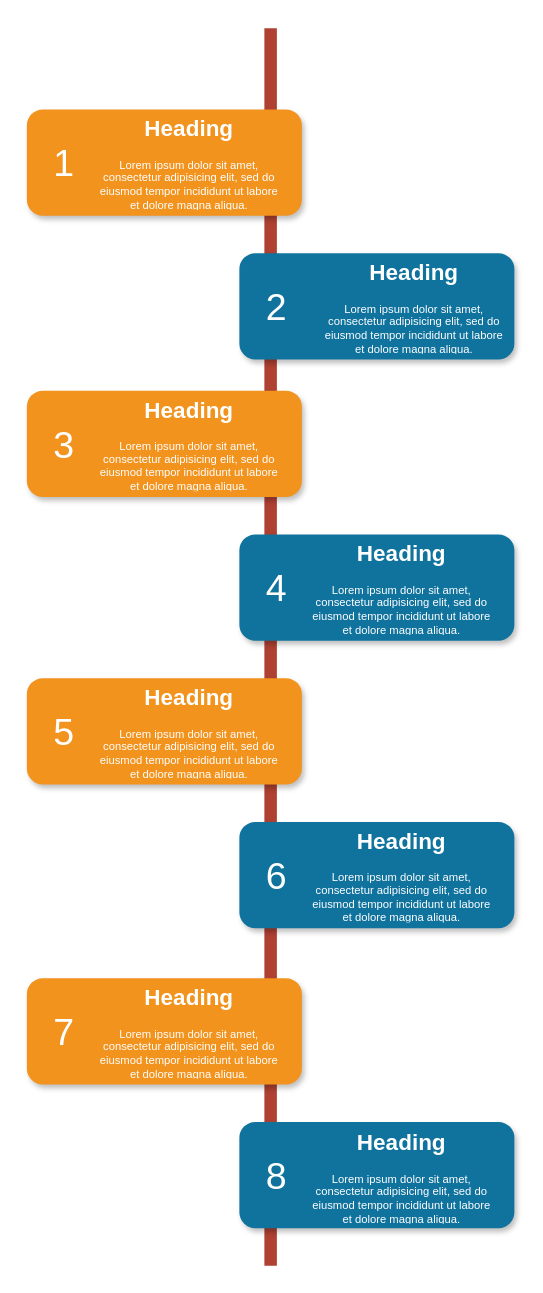
Above: src/Untitled Diagram.drawio in Tupo-ok/ui3-java-kotlin-lab (draw.io), before the change. Source tidied: cells renumbered, new cells numbered last; positions are measured from the earlier drawing's top-left corner, leaving out a move shared by most shapes. Both pictures are drawn from the tidied source at 125%, with x=0, y=0 at pixel (26, 28).
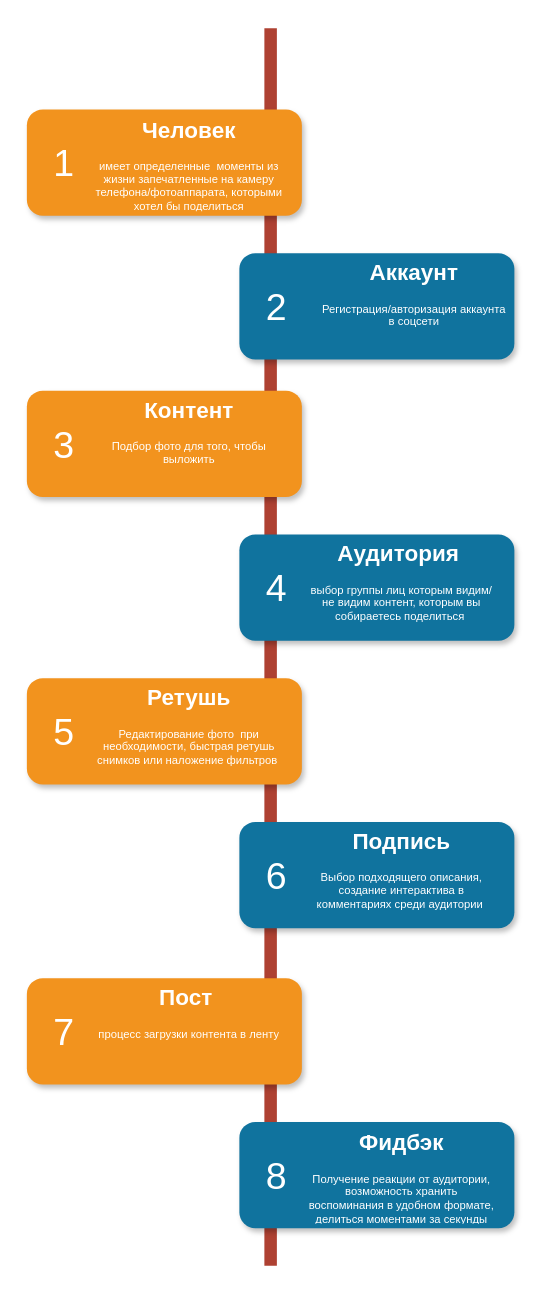
The same diagram, later.

The edit, as a diff of the source:
```diff
@@
-    <mxCell id="19" value="&lt;h1&gt;Heading&lt;/h1&gt;&lt;p&gt;Lorem ipsum dolor sit amet, consectetur adipisicing elit, sed do eiusmod tempor incididunt ut labore et dolore magna aliqua.&lt;/p&gt;" style="text;html=1;spacing=5;spacingTop=-20;whiteSpace=wrap;overflow=hidden;strokeColor=none;strokeWidth=4;fillColor=none;gradientColor=#007FFF;fontSize=9;fontColor=#FFFFFF;align=center;" parent="1" vertex="1">
-      <mxGeometry x="50" y="69" width="160" height="77" as="geometry" />
+    <mxCell id="19" value="&lt;h1&gt;Человек&lt;/h1&gt;&lt;div&gt;имеет определенные &amp;nbsp;моменты из жизни запечатленные на камеру телефона/фотоаппарата, которыми хотел бы поделиться&lt;/div&gt;" style="text;html=1;spacing=5;spacingTop=-20;whiteSpace=wrap;overflow=hidden;strokeColor=none;strokeWidth=4;fillColor=none;gradientColor=#007FFF;fontSize=9;fontColor=#FFFFFF;align=center;" parent="1" vertex="1">
+      <mxGeometry x="50" y="69.5" width="160" height="77" as="geometry" />
     </mxCell>
-    <mxCell id="20" value="&lt;h1&gt;Heading&lt;/h1&gt;&lt;p&gt;Lorem ipsum dolor sit amet, consectetur adipisicing elit, sed do eiusmod tempor incididunt ut labore et dolore magna aliqua.&lt;/p&gt;" style="text;html=1;spacing=5;spacingTop=-20;whiteSpace=wrap;overflow=hidden;strokeColor=none;strokeWidth=4;fillColor=none;gradientColor=#007FFF;fontSize=9;fontColor=#FFFFFF;align=center;" parent="1" vertex="1">
+    <mxCell id="20" value="&lt;h1&gt;Аккаунт&lt;/h1&gt;&lt;div&gt;Регистрация/авторизация аккаунта в соцсети&lt;/div&gt;" style="text;html=1;spacing=5;spacingTop=-20;whiteSpace=wrap;overflow=hidden;strokeColor=none;strokeWidth=4;fillColor=none;gradientColor=#007FFF;fontSize=9;fontColor=#FFFFFF;align=center;" parent="1" vertex="1">
       <mxGeometry x="230" y="184" width="160" height="77" as="geometry" />
     </mxCell>
-    <mxCell id="21" value="&lt;h1&gt;Heading&lt;/h1&gt;&lt;p&gt;Lorem ipsum dolor sit amet, consectetur adipisicing elit, sed do eiusmod tempor incididunt ut labore et dolore magna aliqua.&lt;/p&gt;" style="text;html=1;spacing=5;spacingTop=-20;whiteSpace=wrap;overflow=hidden;strokeColor=none;strokeWidth=4;fillColor=none;gradientColor=#007FFF;fontSize=9;fontColor=#FFFFFF;align=center;" parent="1" vertex="1">
+    <mxCell id="21" value="&lt;h1&gt;Контент&lt;/h1&gt;&lt;div&gt;Подбор фото для того, чтобы выложить&lt;/div&gt;" style="text;html=1;spacing=5;spacingTop=-20;whiteSpace=wrap;overflow=hidden;strokeColor=none;strokeWidth=4;fillColor=none;gradientColor=#007FFF;fontSize=9;fontColor=#FFFFFF;align=center;" parent="1" vertex="1">
       <mxGeometry x="50" y="294" width="160" height="77" as="geometry" />
     </mxCell>
-    <mxCell id="22" value="&lt;h1&gt;Heading&lt;/h1&gt;&lt;p&gt;Lorem ipsum dolor sit amet, consectetur adipisicing elit, sed do eiusmod tempor incididunt ut labore et dolore magna aliqua.&lt;/p&gt;" style="text;html=1;spacing=5;spacingTop=-20;whiteSpace=wrap;overflow=hidden;strokeColor=none;strokeWidth=4;fillColor=none;gradientColor=#007FFF;fontSize=9;fontColor=#FFFFFF;align=center;" parent="1" vertex="1">
+    <mxCell id="22" value="&lt;h1&gt;Аудитория&amp;nbsp;&lt;/h1&gt;&lt;div&gt;выбор группы лиц которым видим/не видим контент, которым вы собираетесь поделиться&amp;nbsp;&lt;/div&gt;" style="text;html=1;spacing=5;spacingTop=-20;whiteSpace=wrap;overflow=hidden;strokeColor=none;strokeWidth=4;fillColor=none;gradientColor=#007FFF;fontSize=9;fontColor=#FFFFFF;align=center;" parent="1" vertex="1">
       <mxGeometry x="220" y="409" width="160" height="77" as="geometry" />
     </mxCell>
-    <mxCell id="23" value="&lt;h1&gt;Heading&lt;/h1&gt;&lt;p&gt;Lorem ipsum dolor sit amet, consectetur adipisicing elit, sed do eiusmod tempor incididunt ut labore et dolore magna aliqua.&lt;/p&gt;" style="text;html=1;spacing=5;spacingTop=-20;whiteSpace=wrap;overflow=hidden;strokeColor=none;strokeWidth=4;fillColor=none;gradientColor=#007FFF;fontSize=9;fontColor=#FFFFFF;align=center;" parent="1" vertex="1">
+    <mxCell id="23" value="&lt;h1&gt;Ретушь&lt;/h1&gt;&lt;div&gt;Редактирование фото &amp;nbsp;при необходимости, быстрая ретушь снимков или наложение фильтров&amp;nbsp;&lt;/div&gt;" style="text;html=1;spacing=5;spacingTop=-20;whiteSpace=wrap;overflow=hidden;strokeColor=none;strokeWidth=4;fillColor=none;gradientColor=#007FFF;fontSize=9;fontColor=#FFFFFF;align=center;" parent="1" vertex="1">
       <mxGeometry x="50" y="524" width="160" height="77" as="geometry" />
     </mxCell>
-    <mxCell id="24" value="&lt;h1&gt;Heading&lt;/h1&gt;&lt;p&gt;Lorem ipsum dolor sit amet, consectetur adipisicing elit, sed do eiusmod tempor incididunt ut labore et dolore magna aliqua.&lt;/p&gt;" style="text;html=1;spacing=5;spacingTop=-20;whiteSpace=wrap;overflow=hidden;strokeColor=none;strokeWidth=4;fillColor=none;gradientColor=#007FFF;fontSize=9;fontColor=#FFFFFF;align=center;" parent="1" vertex="1">
+    <mxCell id="24" value="&lt;h1&gt;Подпись&lt;/h1&gt;&lt;div&gt;Выбор подходящего описания, создание интерактива в комментариях среди аудитории&amp;nbsp;&lt;/div&gt;" style="text;html=1;spacing=5;spacingTop=-20;whiteSpace=wrap;overflow=hidden;strokeColor=none;strokeWidth=4;fillColor=none;gradientColor=#007FFF;fontSize=9;fontColor=#FFFFFF;align=center;" parent="1" vertex="1">
       <mxGeometry x="220" y="639" width="160" height="77" as="geometry" />
     </mxCell>
-    <mxCell id="25" value="&lt;h1&gt;Heading&lt;/h1&gt;&lt;p&gt;Lorem ipsum dolor sit amet, consectetur adipisicing elit, sed do eiusmod tempor incididunt ut labore et dolore magna aliqua.&lt;/p&gt;" style="text;html=1;spacing=5;spacingTop=-20;whiteSpace=wrap;overflow=hidden;strokeColor=none;strokeWidth=4;fillColor=none;gradientColor=#007FFF;fontSize=9;fontColor=#FFFFFF;align=center;" parent="1" vertex="1">
+    <mxCell id="25" value="&lt;h1&gt;Пост&amp;nbsp;&lt;/h1&gt;&lt;div&gt;процесс загрузки контента в ленту&lt;/div&gt;" style="text;html=1;spacing=5;spacingTop=-20;whiteSpace=wrap;overflow=hidden;strokeColor=none;strokeWidth=4;fillColor=none;gradientColor=#007FFF;fontSize=9;fontColor=#FFFFFF;align=center;" parent="1" vertex="1">
       <mxGeometry x="50" y="764" width="160" height="77" as="geometry" />
     </mxCell>
-    <mxCell id="26" value="&lt;h1&gt;Heading&lt;/h1&gt;&lt;p&gt;Lorem ipsum dolor sit amet, consectetur adipisicing elit, sed do eiusmod tempor incididunt ut labore et dolore magna aliqua.&lt;/p&gt;" style="text;html=1;spacing=5;spacingTop=-20;whiteSpace=wrap;overflow=hidden;strokeColor=none;strokeWidth=4;fillColor=none;gradientColor=#007FFF;fontSize=9;fontColor=#FFFFFF;align=center;" parent="1" vertex="1">
-      <mxGeometry x="220" y="880" width="160" height="77" as="geometry" />
-    </mxCell>
+    <mxCell id="27" value="&lt;h1&gt;Фидбэк&lt;/h1&gt;&lt;div&gt;Получение реакции от аудитории, возможность хранить воспоминания в удобном формате, &amp;nbsp;делиться моментами за секунды&amp;nbsp;&lt;/div&gt;" style="text;html=1;spacing=5;spacingTop=-20;whiteSpace=wrap;overflow=hidden;strokeColor=none;strokeWidth=4;fillColor=none;gradientColor=#007FFF;fontSize=9;fontColor=#FFFFFF;align=center;" parent="1" vertex="1">
+      <mxGeometry x="220" y="879.5" width="160" height="77" as="geometry" />
+    </mxCell>
```
